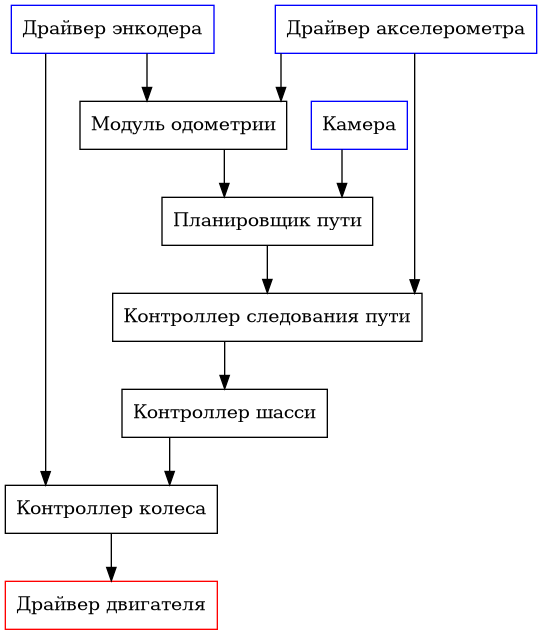
Earlier version of the Graphviz export doc/software.png (prostoiChelovek/qHandedCart). Its source is kept beside it as doc/software.dot.
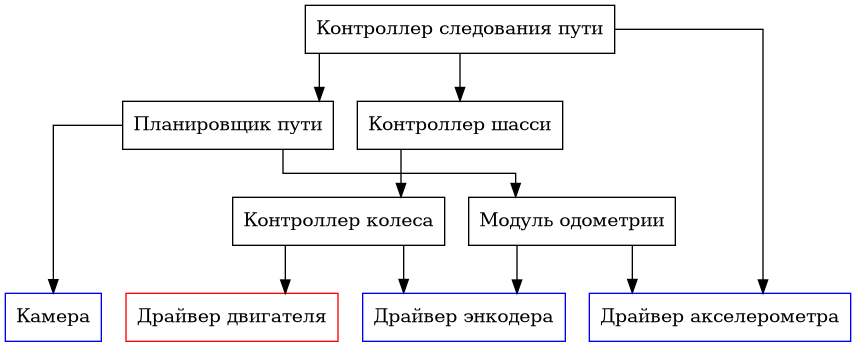
After the change.

Commit message:
fix arrows' directions and rearrange the graph once again

Change to the diagram source:
```diff
@@ -4,6 +4,7 @@
 
     {
         node [color = blue]
+        rank = same
 
         encoder_driver [label = "Драйвер энкодера"]
         accelerometer_driver [label = "Драйвер акселерометра"]
@@ -20,18 +21,17 @@
     path_planner [label = "Планировщик пути"]
     path_follower [label = "Контроллер следования пути"]
 
-    encoder_driver -> wheel
-    wheel -> motor_driver
+    wheel -> encoder_driver
+    wheel -> motor_driver:ne
 
     chassis -> wheel
 
-    accelerometer_driver -> odometry
-    encoder_driver -> odometry
+    odometry -> accelerometer_driver
+    odometry -> encoder_driver:ne
 
-    accelerometer_driver -> path_follower
-    path_planner -> path_follower
+    path_follower -> accelerometer_driver
+    path_follower -> path_planner
     path_follower -> chassis
 
-    odometry -> path_planner
-    camera -> path_planner
+    path_planner -> {camera, odometry}
 }
```
